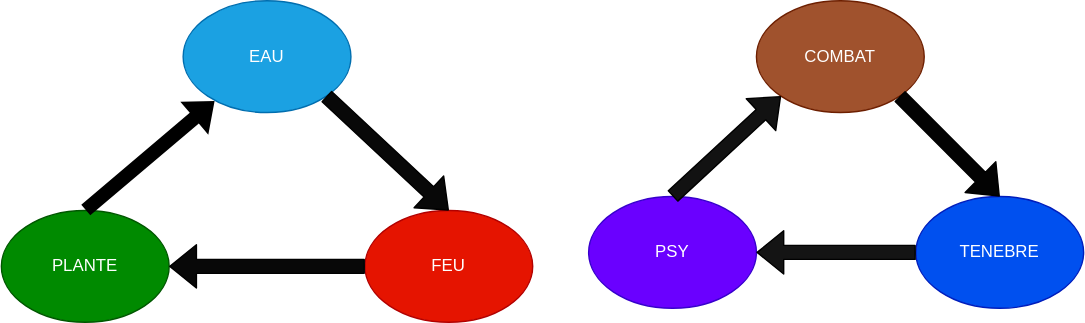
mickael-al/CosmoCrystal keeps this draw.io diagram as diagramme_faible.svg. Above is the earlier version. Source tidied: cells renumbered, new cells last; positions are measured from the earlier drawing's top-left corner, leaving out a move shared by most shapes.
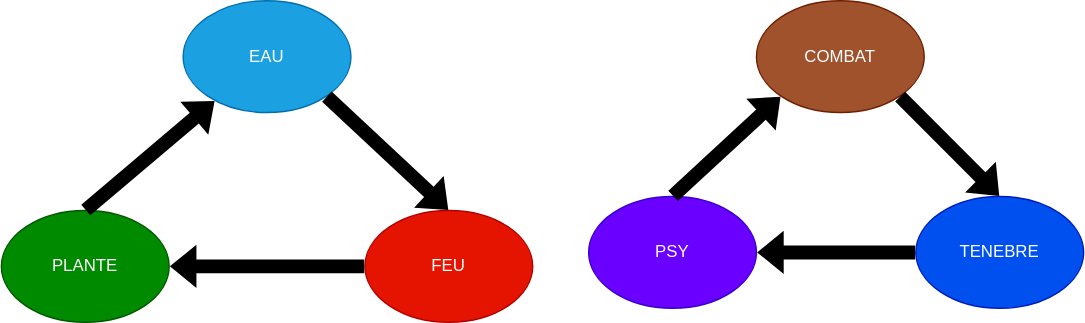
After the change.

Change to the diagram source:
```diff
@@ -11,10 +11,10 @@
     <mxCell id="4" value="PLANTE" style="ellipse;whiteSpace=wrap;html=1;fillColor=#008a00;strokeColor=#005700;fontColor=#ffffff;" parent="1" vertex="1">
       <mxGeometry y="150" width="120" height="80" as="geometry" />
     </mxCell>
-    <mxCell id="5" style="shape=flexArrow;endArrow=classic;html=1;entryX=1;entryY=0.5;entryDx=0;entryDy=0;exitX=0;exitY=0.5;exitDx=0;exitDy=0;fillColor=#080808;" parent="1" edge="1" source="3" target="4">
+    <mxCell id="5" style="shape=flexArrow;endArrow=classic;html=1;entryX=1;entryY=0.5;entryDx=0;entryDy=0;exitX=0;exitY=0.5;exitDx=0;exitDy=0;strokeColor=none;fillColor=#000000;" parent="1" edge="1" source="3" target="4">
       <mxGeometry relative="1" as="geometry" />
     </mxCell>
-    <mxCell id="6" style="shape=flexArrow;endArrow=classic;html=1;exitX=1;exitY=1;exitDx=0;exitDy=0;entryX=0.5;entryY=0;entryDx=0;entryDy=0;fillColor=#080808;" parent="1" edge="1" source="2" target="3">
+    <mxCell id="6" style="shape=flexArrow;endArrow=classic;html=1;exitX=1;exitY=1;exitDx=0;exitDy=0;entryX=0.5;entryY=0;entryDx=0;entryDy=0;strokeColor=none;fillColor=#000000;" parent="1" edge="1" source="2" target="3">
       <mxGeometry relative="1" as="geometry" />
     </mxCell>
     <mxCell id="7" style="shape=flexArrow;endArrow=classic;html=1;exitX=0.5;exitY=0;exitDx=0;exitDy=0;strokeColor=none;fillColor=#000000;" parent="1" edge="1" source="4" target="2">
@@ -29,13 +29,13 @@
     <mxCell id="10" value="TENEBRE&lt;br&gt;" style="ellipse;whiteSpace=wrap;html=1;fillColor=#0050ef;strokeColor=#001DBC;fontColor=#ffffff;" parent="1" vertex="1">
       <mxGeometry x="654" y="140" width="120" height="80" as="geometry" />
     </mxCell>
-    <mxCell id="11" style="shape=flexArrow;endArrow=classic;html=1;exitX=0.5;exitY=0;exitDx=0;exitDy=0;entryX=0;entryY=1;entryDx=0;entryDy=0;fillColor=#121212;" parent="1" edge="1" source="9" target="8">
+    <mxCell id="11" style="shape=flexArrow;endArrow=classic;html=1;exitX=0.5;exitY=0;exitDx=0;exitDy=0;entryX=0;entryY=1;entryDx=0;entryDy=0;strokeColor=none;fillColor=#000000;" parent="1" edge="1" source="9" target="8">
       <mxGeometry relative="1" as="geometry" />
     </mxCell>
-    <mxCell id="12" style="shape=flexArrow;endArrow=classic;html=1;exitX=0;exitY=0.5;exitDx=0;exitDy=0;entryX=1;entryY=0.5;entryDx=0;entryDy=0;fillColor=#141414;" parent="1" edge="1" source="10" target="9">
+    <mxCell id="12" style="shape=flexArrow;endArrow=classic;html=1;exitX=0;exitY=0.5;exitDx=0;exitDy=0;entryX=1;entryY=0.5;entryDx=0;entryDy=0;strokeColor=none;fillColor=#000000;" parent="1" edge="1" source="10" target="9">
       <mxGeometry relative="1" as="geometry" />
     </mxCell>
-    <mxCell id="13" style="shape=flexArrow;endArrow=classic;html=1;exitX=1;exitY=1;exitDx=0;exitDy=0;entryX=0.5;entryY=0;entryDx=0;entryDy=0;fillColor=#030303;" parent="1" edge="1" source="8" target="10">
+    <mxCell id="13" style="shape=flexArrow;endArrow=classic;html=1;exitX=1;exitY=1;exitDx=0;exitDy=0;entryX=0.5;entryY=0;entryDx=0;entryDy=0;strokeColor=none;fillColor=#000000;" parent="1" edge="1" source="8" target="10">
       <mxGeometry relative="1" as="geometry" />
     </mxCell>
   </root>
```
